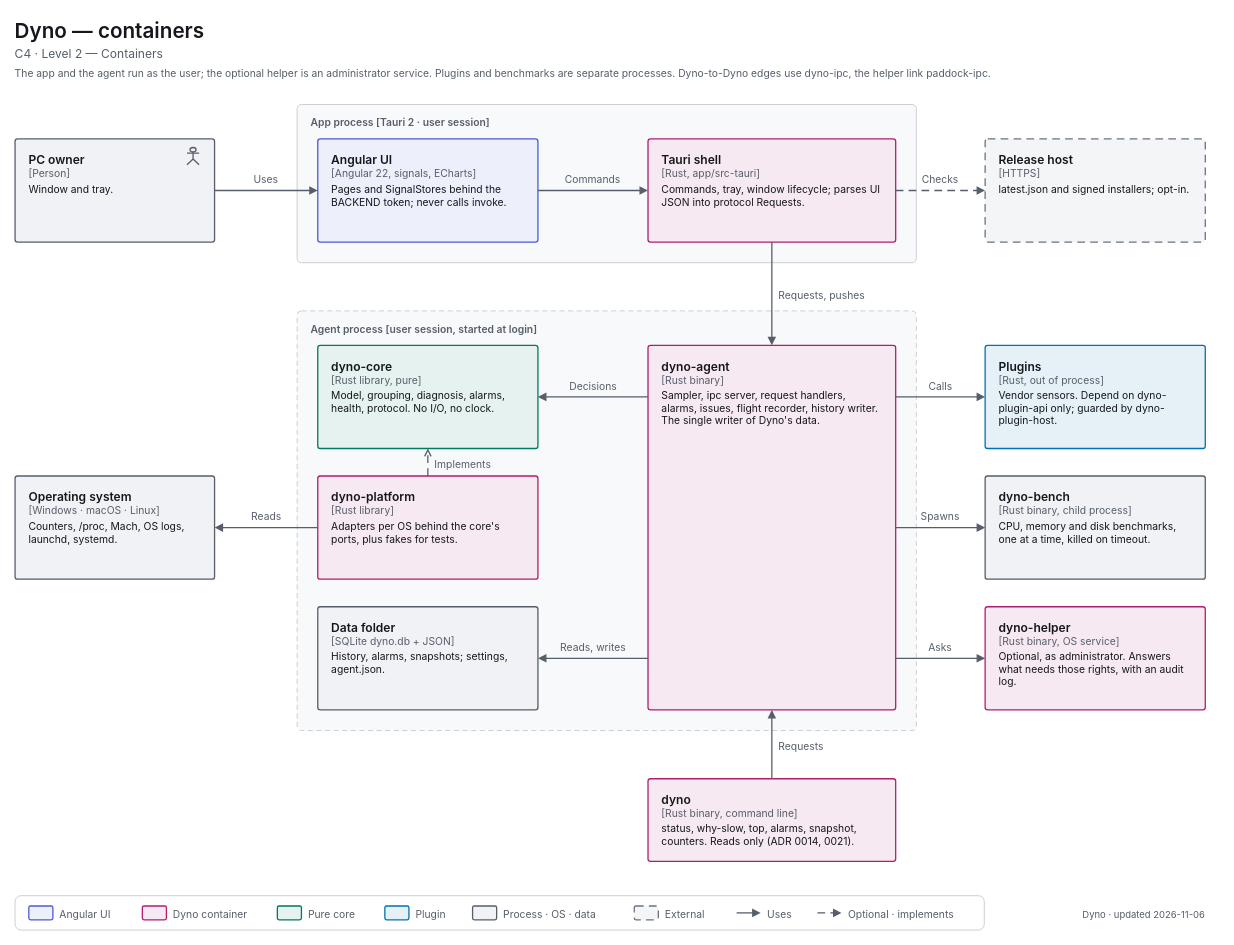
Earlier version of the draw.io diagram apps/dyno/diagrams/c4-2-containers.drawio (decryp7/paddock). Source tidied: cells renumbered, new cells numbered last; positions are measured from the earlier drawing's top-left corner, leaving out a move shared by most shapes. Both pictures are drawn from the tidied source at 86%, with x=0, y=0 at pixel (15, 15).
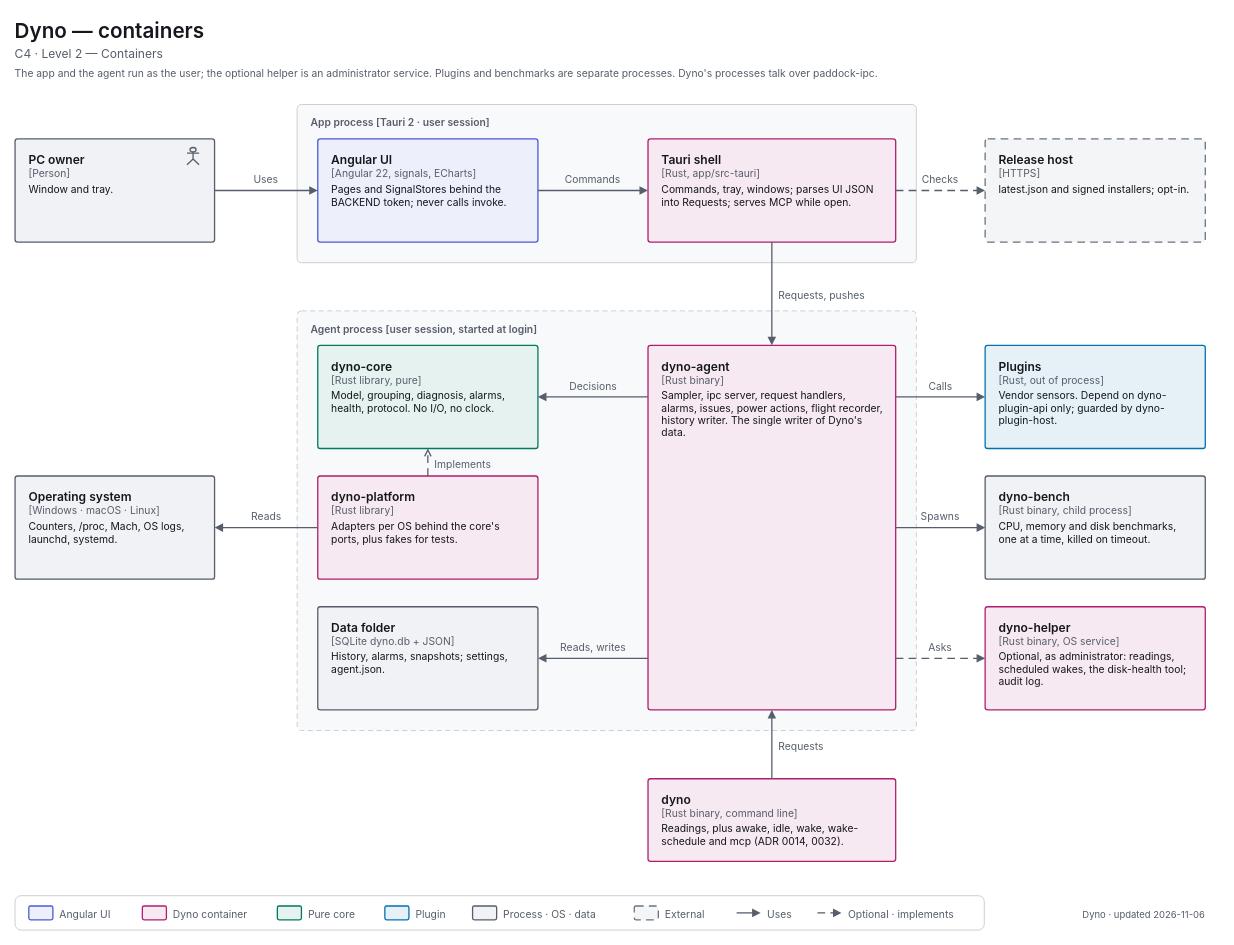
The same page after the edit.

What changed in the source:
```diff
@@
-    <mxCell id="4" value="&lt;span style=&quot;font-size:12px;font-weight:400&quot;&gt;The app and the agent run as the user; the optional helper is an administrator service. Plugins and benchmarks are separate processes. Dyno-to-Dyno edges use dyno-ipc, the helper link paddock-ipc.&lt;/span&gt;" style="html=1;whiteSpace=wrap;fontFamily=-apple-system,BlinkMacSystemFont,Segoe UI,system-ui,sans-serif;fontSize=12;fontColor=light-dark(#14171C,#ECEEF1);text;strokeColor=none;fillColor=none;align=left;verticalAlign=top;spacing=0;fontColor=light-dark(#565E6B,#A0A7B2);" parent="1" vertex="1">
+    <mxCell id="4" value="&lt;span style=&quot;font-size:12px;font-weight:400&quot;&gt;The app and the agent run as the user; the optional helper is an administrator service. Plugins and benchmarks are separate processes. Dyno's processes talk over paddock-ipc.&lt;/span&gt;" style="html=1;whiteSpace=wrap;fontFamily=-apple-system,BlinkMacSystemFont,Segoe UI,system-ui,sans-serif;fontSize=12;fontColor=light-dark(#14171C,#ECEEF1);text;strokeColor=none;fillColor=none;align=left;verticalAlign=top;spacing=0;fontColor=light-dark(#565E6B,#A0A7B2);" parent="1" vertex="1">
       <mxGeometry y="56" width="1400" height="20" as="geometry" />
     </mxCell>
@@
-    <mxCell id="9" value="&lt;span style=&quot;font-size:14px;font-weight:600&quot;&gt;Tauri shell&lt;/span&gt;&lt;br&gt;&lt;span style=&quot;font-size:12px;color:light-dark(#565E6B,#A0A7B2)&quot;&gt;[Rust, app/src-tauri]&lt;/span&gt;&lt;br&gt;&lt;div style=&quot;margin-top:4px;font-size:12px&quot;&gt;Commands, tray, window lifecycle; parses UI JSON into protocol Requests.&lt;/div&gt;" style="html=1;whiteSpace=wrap;fontFamily=-apple-system,BlinkMacSystemFont,Segoe UI,system-ui,sans-serif;fontSize=12;fontColor=light-dark(#14171C,#ECEEF1);rounded=1;absoluteArcSize=1;arcSize=6;strokeWidth=1.5;strokeColor=light-dark(#B01E6E,#F063A8);fillColor=light-dark(#F7E9F1,#382332);align=left;verticalAlign=top;spacingLeft=14;spacingRight=14;spacingTop=10;spacingBottom=8;" parent="1" vertex="1">
+    <mxCell id="9" value="&lt;span style=&quot;font-size:14px;font-weight:600&quot;&gt;Tauri shell&lt;/span&gt;&lt;br&gt;&lt;span style=&quot;font-size:12px;color:light-dark(#565E6B,#A0A7B2)&quot;&gt;[Rust, app/src-tauri]&lt;/span&gt;&lt;br&gt;&lt;div style=&quot;margin-top:4px;font-size:12px&quot;&gt;Commands, tray, windows; parses UI JSON into Requests; serves MCP while open.&lt;/div&gt;" style="html=1;whiteSpace=wrap;fontFamily=-apple-system,BlinkMacSystemFont,Segoe UI,system-ui,sans-serif;fontSize=12;fontColor=light-dark(#14171C,#ECEEF1);rounded=1;absoluteArcSize=1;arcSize=6;strokeWidth=1.5;strokeColor=light-dark(#B01E6E,#F063A8);fillColor=light-dark(#F7E9F1,#382332);align=left;verticalAlign=top;spacingLeft=14;spacingRight=14;spacingTop=10;spacingBottom=8;" parent="1" vertex="1">
       <mxGeometry x="736" y="144" width="288" height="120" as="geometry" />
     </mxCell>
@@
-    <mxCell id="15" value="&lt;span style=&quot;font-size:14px;font-weight:600&quot;&gt;dyno-agent&lt;/span&gt;&lt;br&gt;&lt;span style=&quot;font-size:12px;color:light-dark(#565E6B,#A0A7B2)&quot;&gt;[Rust binary]&lt;/span&gt;&lt;br&gt;&lt;div style=&quot;margin-top:4px;font-size:12px&quot;&gt;Sampler, ipc server, request handlers, alarms, issues, flight recorder, history writer. The single writer of Dyno's data.&lt;/div&gt;" style="html=1;whiteSpace=wrap;fontFamily=-apple-system,BlinkMacSystemFont,Segoe UI,system-ui,sans-serif;fontSize=12;fontColor=light-dark(#14171C,#ECEEF1);rounded=1;absoluteArcSize=1;arcSize=6;strokeWidth=1.5;strokeColor=light-dark(#B01E6E,#F063A8);fillColor=light-dark(#F7E9F1,#382332);align=left;verticalAlign=top;spacingLeft=14;spacingRight=14;spacingTop=10;spacingBottom=8;" parent="1" vertex="1">
+    <mxCell id="15" value="&lt;span style=&quot;font-size:14px;font-weight:600&quot;&gt;dyno-agent&lt;/span&gt;&lt;br&gt;&lt;span style=&quot;font-size:12px;color:light-dark(#565E6B,#A0A7B2)&quot;&gt;[Rust binary]&lt;/span&gt;&lt;br&gt;&lt;div style=&quot;margin-top:4px;font-size:12px&quot;&gt;Sampler, ipc server, request handlers, alarms, issues, power actions, flight recorder, history writer. The single writer of Dyno's data.&lt;/div&gt;" style="html=1;whiteSpace=wrap;fontFamily=-apple-system,BlinkMacSystemFont,Segoe UI,system-ui,sans-serif;fontSize=12;fontColor=light-dark(#14171C,#ECEEF1);rounded=1;absoluteArcSize=1;arcSize=6;strokeWidth=1.5;strokeColor=light-dark(#B01E6E,#F063A8);fillColor=light-dark(#F7E9F1,#382332);align=left;verticalAlign=top;spacingLeft=14;spacingRight=14;spacingTop=10;spacingBottom=8;" parent="1" vertex="1">
       <mxGeometry x="736" y="384" width="288" height="424" as="geometry" />
     </mxCell>
@@
-    <mxCell id="19" value="&lt;span style=&quot;font-size:14px;font-weight:600&quot;&gt;dyno-helper&lt;/span&gt;&lt;br&gt;&lt;span style=&quot;font-size:12px;color:light-dark(#565E6B,#A0A7B2)&quot;&gt;[Rust binary, OS service]&lt;/span&gt;&lt;br&gt;&lt;div style=&quot;margin-top:4px;font-size:12px&quot;&gt;Optional, as administrator. Answers what needs those rights, with an audit log.&lt;/div&gt;" style="html=1;whiteSpace=wrap;fontFamily=-apple-system,BlinkMacSystemFont,Segoe UI,system-ui,sans-serif;fontSize=12;fontColor=light-dark(#14171C,#ECEEF1);rounded=1;absoluteArcSize=1;arcSize=6;strokeWidth=1.5;strokeColor=light-dark(#B01E6E,#F063A8);fillColor=light-dark(#F7E9F1,#382332);align=left;verticalAlign=top;spacingLeft=14;spacingRight=14;spacingTop=10;spacingBottom=8;" parent="1" vertex="1">
+    <mxCell id="19" value="&lt;span style=&quot;font-size:14px;font-weight:600&quot;&gt;dyno-helper&lt;/span&gt;&lt;br&gt;&lt;span style=&quot;font-size:12px;color:light-dark(#565E6B,#A0A7B2)&quot;&gt;[Rust binary, OS service]&lt;/span&gt;&lt;br&gt;&lt;div style=&quot;margin-top:4px;font-size:12px&quot;&gt;Optional, as administrator: readings, scheduled wakes, the disk-health tool; audit log.&lt;/div&gt;" style="html=1;whiteSpace=wrap;fontFamily=-apple-system,BlinkMacSystemFont,Segoe UI,system-ui,sans-serif;fontSize=12;fontColor=light-dark(#14171C,#ECEEF1);rounded=1;absoluteArcSize=1;arcSize=6;strokeWidth=1.5;strokeColor=light-dark(#B01E6E,#F063A8);fillColor=light-dark(#F7E9F1,#382332);align=left;verticalAlign=top;spacingLeft=14;spacingRight=14;spacingTop=10;spacingBottom=8;" parent="1" vertex="1">
       <mxGeometry x="1128" y="688" width="256" height="120" as="geometry" />
     </mxCell>
-    <mxCell id="20" value="&lt;span style=&quot;font-size:14px;font-weight:600&quot;&gt;dyno&lt;/span&gt;&lt;br&gt;&lt;span style=&quot;font-size:12px;color:light-dark(#565E6B,#A0A7B2)&quot;&gt;[Rust binary, command line]&lt;/span&gt;&lt;br&gt;&lt;div style=&quot;margin-top:4px;font-size:12px&quot;&gt;status, why-slow, top, alarms, snapshot, counters. Reads only (ADR 0014, 0021).&lt;/div&gt;" style="html=1;whiteSpace=wrap;fontFamily=-apple-system,BlinkMacSystemFont,Segoe UI,system-ui,sans-serif;fontSize=12;fontColor=light-dark(#14171C,#ECEEF1);rounded=1;absoluteArcSize=1;arcSize=6;strokeWidth=1.5;strokeColor=light-dark(#B01E6E,#F063A8);fillColor=light-dark(#F7E9F1,#382332);align=left;verticalAlign=top;spacingLeft=14;spacingRight=14;spacingTop=10;spacingBottom=8;" parent="1" vertex="1">
+    <mxCell id="20" value="&lt;span style=&quot;font-size:14px;font-weight:600&quot;&gt;dyno&lt;/span&gt;&lt;br&gt;&lt;span style=&quot;font-size:12px;color:light-dark(#565E6B,#A0A7B2)&quot;&gt;[Rust binary, command line]&lt;/span&gt;&lt;br&gt;&lt;div style=&quot;margin-top:4px;font-size:12px&quot;&gt;Readings, plus awake, idle, wake, wake-schedule and mcp (ADR 0014, 0032).&lt;/div&gt;" style="html=1;whiteSpace=wrap;fontFamily=-apple-system,BlinkMacSystemFont,Segoe UI,system-ui,sans-serif;fontSize=12;fontColor=light-dark(#14171C,#ECEEF1);rounded=1;absoluteArcSize=1;arcSize=6;strokeWidth=1.5;strokeColor=light-dark(#B01E6E,#F063A8);fillColor=light-dark(#F7E9F1,#382332);align=left;verticalAlign=top;spacingLeft=14;spacingRight=14;spacingTop=10;spacingBottom=8;" parent="1" vertex="1">
       <mxGeometry x="736" y="888" width="288" height="96" as="geometry" />
     </mxCell>
@@
-    <mxCell id="43" style="edgeStyle=orthogonalEdgeStyle;rounded=1;arcSize=8;jettySize=auto;html=1;strokeWidth=1.5;strokeColor=light-dark(#565E6B,#A0A7B2);endArrow=block;endFill=1;endSize=6;startArrow=none;startFill=0;startSize=8;exitX=1.0000;exitY=0.8585;exitDx=0;exitDy=0;exitPerimeter=0;entryX=0.0000;entryY=0.5000;entryDx=0;entryDy=0;entryPerimeter=0;" parent="1" edge="1" source="15" target="19">
+    <mxCell id="43" style="edgeStyle=orthogonalEdgeStyle;rounded=1;arcSize=8;jettySize=auto;html=1;strokeWidth=1.5;strokeColor=light-dark(#565E6B,#A0A7B2);endArrow=block;endFill=1;endSize=6;startArrow=none;startFill=0;startSize=8;dashed=1;dashPattern=6 4;exitX=1.0000;exitY=0.8585;exitDx=0;exitDy=0;exitPerimeter=0;entryX=0.0000;entryY=0.5000;entryDx=0;entryDy=0;entryPerimeter=0;" parent="1" edge="1" source="15" target="19">
       <mxGeometry relative="1" as="geometry" />
     </mxCell>
```
